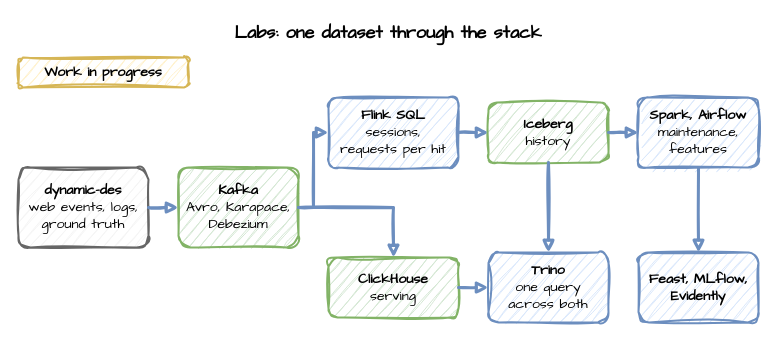
This is docs/images/labs.drawio from jaehyeon-kim/odctl, a draw.io file, before an edit. Source tidied: cells renumbered, new cells numbered last; positions are measured from the earlier drawing's top-left corner, leaving out a move shared by most shapes. Both pictures are drawn from the tidied source at 100%, with x=0, y=0 at pixel (18, 17).
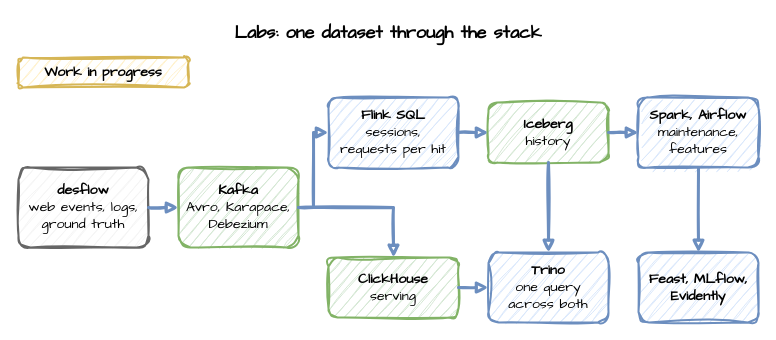
After the change.

Commit message (it also covers changes not shown here):
Name desflow, the new name of dynamic-des

The edit, as a diff of the source:
```diff
@@
 <mxGraphModel>
   <root>
     <mxCell id="0" />
     <mxCell id="1" parent="0" />
     <mxCell id="2" value="Labs: one dataset through the stack" style="text;html=1;align=center;verticalAlign=middle;whiteSpace=wrap;fontFamily=Comic Sans MS;fontSize=18;fontStyle=1;" parent="1" vertex="1">
       <mxGeometry width="740" height="30" as="geometry" />
     </mxCell>
-    <mxCell id="3" value="&lt;b&gt;dynamic-des&lt;/b&gt;&lt;br&gt;web events, logs,&lt;br&gt;ground truth" style="rounded=1;whiteSpace=wrap;html=1;sketch=1;curveFitting=1;jiggle=2;fontFamily=Comic Sans MS;fontSize=14;strokeWidth=2;fillColor=#f5f5f5;strokeColor=#666666;" parent="1" vertex="1">
+    <mxCell id="3" value="&lt;b&gt;desflow&lt;/b&gt;&lt;br&gt;web events, logs,&lt;br&gt;ground truth" style="rounded=1;whiteSpace=wrap;html=1;sketch=1;curveFitting=1;jiggle=2;fontFamily=Comic Sans MS;fontSize=14;strokeWidth=2;fillColor=#f5f5f5;strokeColor=#666666;" parent="1" vertex="1">
       <mxGeometry y="150" width="130" height="80" as="geometry" />
     </mxCell>
     <mxCell id="4" value="&lt;b&gt;Kafka&lt;/b&gt;&lt;br&gt;Avro, Karapace,&lt;br&gt;Debezium" style="rounded=1;whiteSpace=wrap;html=1;sketch=1;curveFitting=1;jiggle=2;fontFamily=Comic Sans MS;fontSize=14;strokeWidth=2;fillColor=#d5e8d4;strokeColor=#82b366;" parent="1" vertex="1">
       <mxGeometry x="160" y="150" width="120" height="80" as="geometry" />
     </mxCell>
     <mxCell id="5" value="&lt;b&gt;Flink SQL&lt;/b&gt;&lt;br&gt;sessions,&lt;br&gt;requests per hit" style="rounded=1;whiteSpace=wrap;html=1;sketch=1;curveFitting=1;jiggle=2;fontFamily=Comic Sans MS;fontSize=14;strokeWidth=2;fillColor=#dae8fc;strokeColor=#6c8ebf;" parent="1" vertex="1">
       <mxGeometry x="310" y="80" width="130" height="70" as="geometry" />
     </mxCell>
     <mxCell id="6" value="&lt;b&gt;ClickHouse&lt;/b&gt;&lt;br&gt;serving" style="rounded=1;whiteSpace=wrap;html=1;sketch=1;curveFitting=1;jiggle=2;fontFamily=Comic Sans MS;fontSize=14;strokeWidth=2;fillColor=#d5e8d4;strokeColor=#82b366;" parent="1" vertex="1">
       <mxGeometry x="310" y="240" width="130" height="60" as="geometry" />
     </mxCell>
     <mxCell id="7" value="&lt;b&gt;Iceberg&lt;/b&gt;&lt;br&gt;history" style="rounded=1;whiteSpace=wrap;html=1;sketch=1;curveFitting=1;jiggle=2;fontFamily=Comic Sans MS;fontSize=14;strokeWidth=2;fillColor=#d5e8d4;strokeColor=#82b366;" parent="1" vertex="1">
       <mxGeometry x="470" y="85" width="120" height="60" as="geometry" />
     </mxCell>
     <mxCell id="8" value="&lt;b&gt;Trino&lt;/b&gt;&lt;br&gt;one query&lt;br&gt;across both" style="rounded=1;whiteSpace=wrap;html=1;sketch=1;curveFitting=1;jiggle=2;fontFamily=Comic Sans MS;fontSize=14;strokeWidth=2;fillColor=#dae8fc;strokeColor=#6c8ebf;" parent="1" vertex="1">
       <mxGeometry x="470" y="235" width="120" height="70" as="geometry" />
     </mxCell>
     <mxCell id="9" value="&lt;b&gt;Spark, Airflow&lt;/b&gt;&lt;br&gt;maintenance,&lt;br&gt;features" style="rounded=1;whiteSpace=wrap;html=1;sketch=1;curveFitting=1;jiggle=2;fontFamily=Comic Sans MS;fontSize=14;strokeWidth=2;fillColor=#dae8fc;strokeColor=#6c8ebf;" parent="1" vertex="1">
       <mxGeometry x="620" y="80" width="120" height="70" as="geometry" />
     </mxCell>
     <mxCell id="10" value="&lt;b&gt;Feast, MLflow,&lt;br&gt;Evidently&lt;/b&gt;" style="rounded=1;whiteSpace=wrap;html=1;sketch=1;curveFitting=1;jiggle=2;fontFamily=Comic Sans MS;fontSize=14;strokeWidth=2;fillColor=#dae8fc;strokeColor=#6c8ebf;" parent="1" vertex="1">
       <mxGeometry x="620" y="235" width="120" height="70" as="geometry" />
     </mxCell>
     <mxCell id="11" style="edgeStyle=orthogonalEdgeStyle;rounded=0;sketch=1;html=1;endArrow=block;fontFamily=Comic Sans MS;fontSize=13;labelBackgroundColor=#ffffff;strokeWidth=3;strokeColor=#6c8ebf;" parent="1" edge="1" source="3" target="4">
       <mxGeometry relative="1" as="geometry" />
     </mxCell>
     <mxCell id="12" style="edgeStyle=orthogonalEdgeStyle;rounded=0;sketch=1;html=1;endArrow=block;fontFamily=Comic Sans MS;fontSize=13;labelBackgroundColor=#ffffff;strokeWidth=3;strokeColor=#6c8ebf;" parent="1" edge="1" source="4" target="5">
       <mxGeometry relative="1" as="geometry" />
     </mxCell>
     <mxCell id="13" style="edgeStyle=orthogonalEdgeStyle;rounded=0;sketch=1;html=1;endArrow=block;fontFamily=Comic Sans MS;fontSize=13;labelBackgroundColor=#ffffff;strokeWidth=3;strokeColor=#6c8ebf;" parent="1" edge="1" source="4" target="6">
       <mxGeometry relative="1" as="geometry" />
     </mxCell>
     <mxCell id="14" style="edgeStyle=orthogonalEdgeStyle;rounded=0;sketch=1;html=1;endArrow=block;fontFamily=Comic Sans MS;fontSize=13;labelBackgroundColor=#ffffff;strokeWidth=3;strokeColor=#6c8ebf;" parent="1" edge="1" source="5" target="7">
       <mxGeometry relative="1" as="geometry" />
     </mxCell>
     <mxCell id="15" style="edgeStyle=orthogonalEdgeStyle;rounded=0;sketch=1;html=1;endArrow=block;fontFamily=Comic Sans MS;fontSize=13;labelBackgroundColor=#ffffff;strokeWidth=3;strokeColor=#6c8ebf;" parent="1" edge="1" source="7" target="9">
       <mxGeometry relative="1" as="geometry" />
     </mxCell>
     <mxCell id="16" style="edgeStyle=orthogonalEdgeStyle;rounded=0;sketch=1;html=1;endArrow=block;fontFamily=Comic Sans MS;fontSize=13;labelBackgroundColor=#ffffff;strokeWidth=3;strokeColor=#6c8ebf;" parent="1" edge="1" source="7" target="8">
       <mxGeometry relative="1" as="geometry" />
     </mxCell>
     <mxCell id="17" style="edgeStyle=orthogonalEdgeStyle;rounded=0;sketch=1;html=1;endArrow=block;fontFamily=Comic Sans MS;fontSize=13;labelBackgroundColor=#ffffff;strokeWidth=3;strokeColor=#6c8ebf;" parent="1" edge="1" source="6" target="8">
       <mxGeometry relative="1" as="geometry" />
     </mxCell>
     <mxCell id="18" style="edgeStyle=orthogonalEdgeStyle;rounded=0;sketch=1;html=1;endArrow=block;fontFamily=Comic Sans MS;fontSize=13;labelBackgroundColor=#ffffff;strokeWidth=3;strokeColor=#6c8ebf;" parent="1" edge="1" source="9" target="10">
       <mxGeometry relative="1" as="geometry" />
     </mxCell>
     <mxCell id="19" value="&lt;b&gt;Work in progress&lt;/b&gt;" style="rounded=1;whiteSpace=wrap;html=1;sketch=1;curveFitting=1;jiggle=2;fontFamily=Comic Sans MS;fontSize=14;strokeWidth=2;fillColor=#fff2cc;strokeColor=#d6b656;" parent="1" vertex="1">
       <mxGeometry y="40" width="170" height="30" as="geometry" />
     </mxCell>
   </root>
 </mxGraphModel>
```
